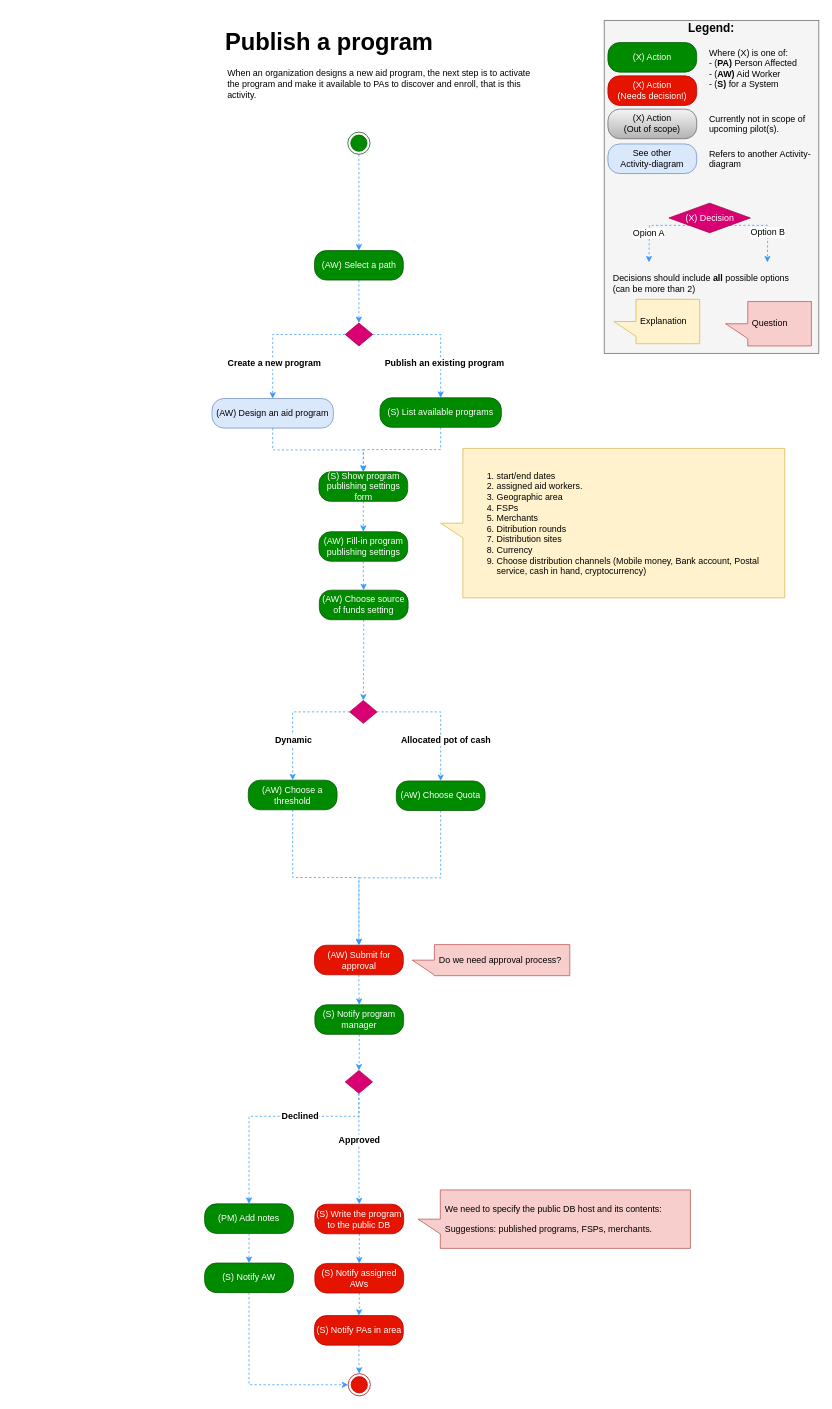
Above: Activity Diagrams/Publish a program activity.drawio in nsward/diagrams (draw.io), before the change. Source tidied: cells renumbered, new cells numbered last; positions are measured from the earlier drawing's top-left corner, leaving out a move shared by most shapes. Both pictures are drawn from the tidied source at 74%, with x=0, y=0 at pixel (204, 13).
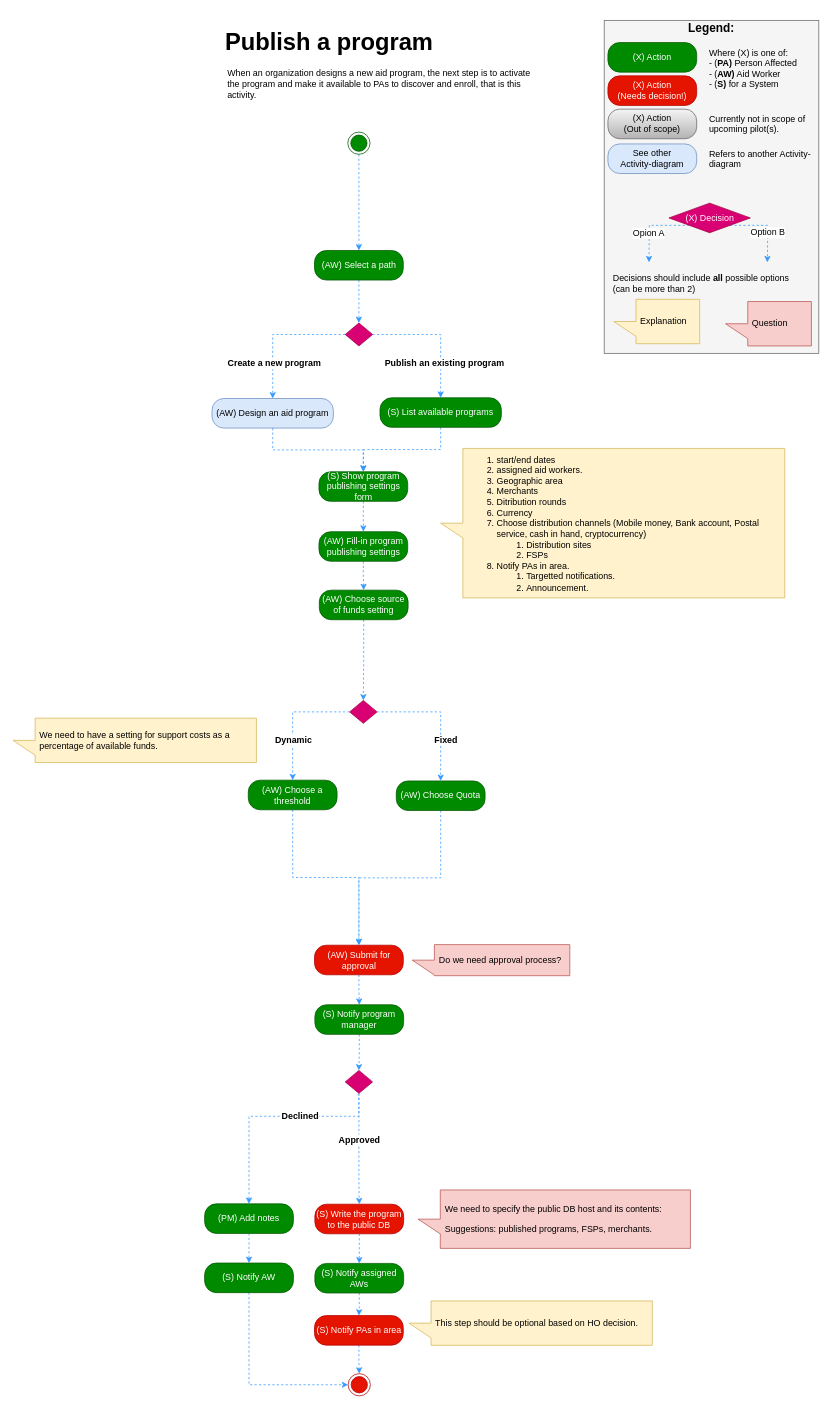
The same diagram, later.

Unchanged cells that the change refers to:
```xml
<mxCell id="55" style="edgeStyle=orthogonalEdgeStyle;rounded=0;jettySize=auto;html=1;entryX=0.5;entryY=0;entryDx=0;entryDy=0;dashed=1;fontColor=#ffffff;strokeColor=#3399FF;" parent="1" edge="1" source="59" target="61">
  <mxGeometry relative="1" as="geometry" />
</mxCell>
```

Diff of the diagram source:
```diff
@@
-    <mxCell id="50" value="(S) Notify assigned AWs&lt;br&gt;" style="rounded=1;whiteSpace=wrap;html=1;arcSize=40;fillColor=#e51400;strokeColor=#B20000;fontColor=#ffffff;" parent="1" vertex="1">
+    <mxCell id="50" value="(S) Notify assigned AWs&lt;br&gt;" style="rounded=1;whiteSpace=wrap;html=1;arcSize=40;fillColor=#008a00;strokeColor=#005700;fontColor=#ffffff;" parent="1" vertex="1">
       <mxGeometry x="149" y="1689.8" width="120" height="40" as="geometry" />
     </mxCell>
@@
-    <mxCell id="52" value="&lt;p&gt;&lt;/p&gt;&lt;ol&gt;&lt;li&gt;start/end dates&lt;/li&gt;&lt;li&gt;assigned aid workers.&lt;/li&gt;&lt;li&gt;Geographic area&lt;/li&gt;&lt;li&gt;FSPs&lt;/li&gt;&lt;li&gt;Merchants&lt;/li&gt;&lt;li&gt;Ditribution rounds&lt;/li&gt;&lt;li&gt;Distribution sites&lt;/li&gt;&lt;li&gt;Currency&lt;/li&gt;&lt;li&gt;Choose distribution channels (Mobile money, Bank account, Postal service, cash in hand, cryptocurrency)&lt;/li&gt;&lt;/ol&gt;&lt;p&gt;&lt;/p&gt;" style="shape=callout;whiteSpace=wrap;html=1;perimeter=calloutPerimeter;fillColor=#fff2cc;fontSize=12;align=left;strokeColor=#d6b656;spacingLeft=4;direction=south;" parent="1" vertex="1">
+    <mxCell id="52" value="&lt;p&gt;&lt;/p&gt;&lt;ol&gt;&lt;li&gt;start/end dates&lt;/li&gt;&lt;li&gt;assigned aid workers.&lt;/li&gt;&lt;li&gt;Geographic area&lt;/li&gt;&lt;li&gt;Merchants&lt;/li&gt;&lt;li&gt;Ditribution rounds&lt;/li&gt;&lt;li&gt;Currency&lt;br&gt;&lt;/li&gt;&lt;li&gt;Choose distribution channels (Mobile money, Bank account, Postal service, cash in hand, cryptocurrency)&lt;/li&gt;&lt;ol&gt;&lt;li&gt;Distribution sites&lt;/li&gt;&lt;li&gt;FSPs&lt;/li&gt;&lt;/ol&gt;&lt;li&gt;Notify PAs in area.&lt;/li&gt;&lt;ol&gt;&lt;li&gt;Targetted notifications.&lt;/li&gt;&lt;li&gt;Announcement.&amp;nbsp;&amp;nbsp;&lt;/li&gt;&lt;/ol&gt;&lt;/ol&gt;&lt;p&gt;&lt;/p&gt;" style="shape=callout;whiteSpace=wrap;html=1;perimeter=calloutPerimeter;fillColor=#fff2cc;fontSize=12;align=left;strokeColor=#d6b656;spacingLeft=4;direction=south;" parent="1" vertex="1">
       <mxGeometry x="319" y="588.5" width="465" height="202" as="geometry" />
     </mxCell>
@@
-    <mxCell id="56" value="Allocated pot of cash" style="text;html=1;align=center;verticalAlign=middle;labelBackgroundColor=#ffffff;fontStyle=1;" parent="55" vertex="1">
+    <mxCell id="56" value="Fixed" style="text;html=1;align=center;verticalAlign=middle;labelBackgroundColor=#ffffff;fontStyle=1;" parent="55" vertex="1">
       <mxGeometry x="-0.06" y="-29" relative="1" as="geometry">
         <mxPoint x="8" y="9" as="offset" />
       </mxGeometry>
     </mxCell>
@@
+    <mxCell id="77" value="&lt;p&gt;We need to have a setting for support costs as a percentage of available funds.&lt;/p&gt;" style="shape=callout;whiteSpace=wrap;html=1;perimeter=calloutPerimeter;fillColor=#fff2cc;fontSize=12;align=left;strokeColor=#d6b656;spacingLeft=4;direction=south;" parent="1" vertex="1">
+      <mxGeometry x="-259" y="953" width="329" height="60" as="geometry" />
+    </mxCell>
+    <mxCell id="78" value="&lt;p&gt;This step should be optional based on HO decision.&lt;/p&gt;" style="shape=callout;whiteSpace=wrap;html=1;perimeter=calloutPerimeter;fillColor=#fff2cc;fontSize=12;align=left;strokeColor=#d6b656;spacingLeft=4;direction=south;" parent="1" vertex="1">
+      <mxGeometry x="276" y="1740.5" width="329" height="60" as="geometry" />
+    </mxCell>
```
